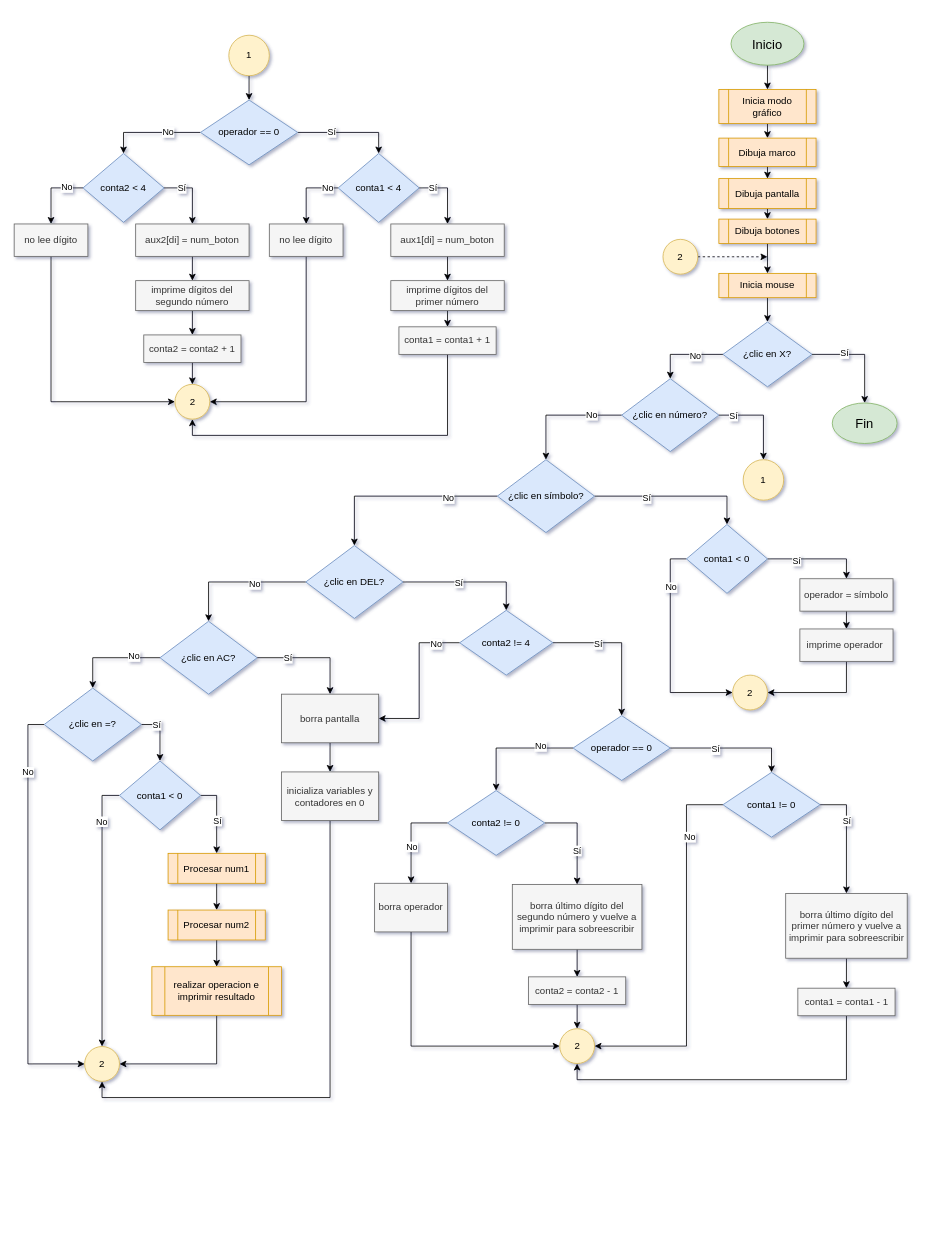
Earlier version of the draw.io diagram P02/Documento/img/p02.drawio (MtzAlfonso/eypc). Source tidied: cells renumbered, new cells numbered last; positions are measured from the earlier drawing's top-left corner, leaving out a move shared by most shapes. Both pictures are drawn from the tidied source at 81%, with x=0, y=0 at pixel (14, 22).
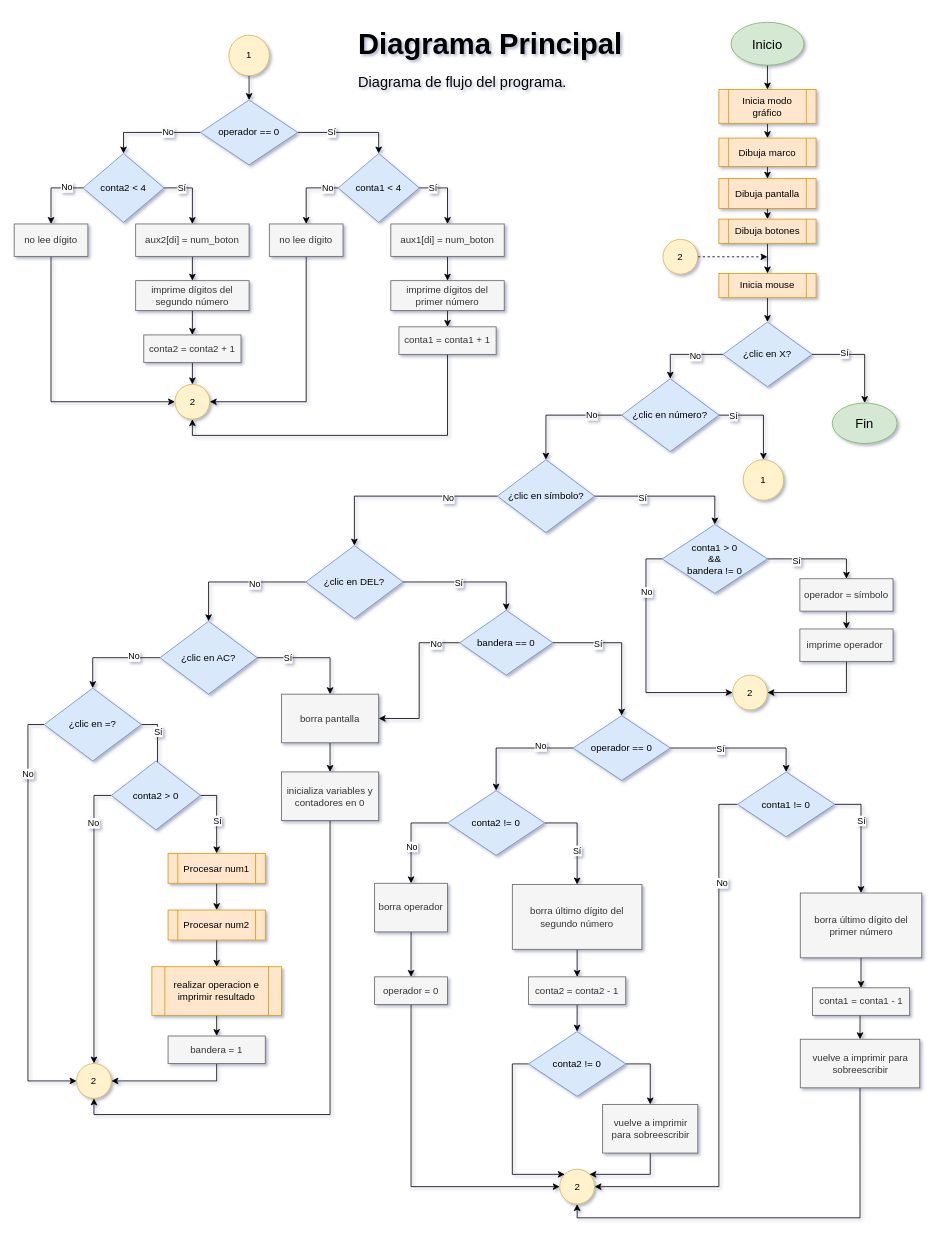
The same page after the edit.

The change refers to these unchanged cells:
```xml
<mxCell id="99" value="borra operador" style="rounded=0;whiteSpace=wrap;html=1;fillColor=#f5f5f5;strokeColor=#666666;fontColor=#333333;" parent="1" vertex="1">
  <mxGeometry x="445" y="1063" width="90" height="60" as="geometry" />
</mxCell>
<mxCell id="113" value="conta2 = conta2 - 1" style="rounded=0;whiteSpace=wrap;html=1;fillColor=#f5f5f5;strokeColor=#666666;fontColor=#333333;" parent="1" vertex="1">
  <mxGeometry x="635" y="1178.5" width="120" height="34" as="geometry" />
</mxCell>
<mxCell id="133" value="realizar operacion e imprimir resultado" style="shape=process;whiteSpace=wrap;html=1;backgroundOutline=1;labelBackgroundColor=none;fillColor=#ffe6cc;strokeColor=#d79b00;" parent="1" vertex="1">
  <mxGeometry x="170" y="1166" width="160" height="60" as="geometry" />
</mxCell>
```

Diff of the diagram source:
```diff
@@
-    <mxCell id="77" value="conta1 &amp;lt; 0" style="rhombus;whiteSpace=wrap;html=1;fillColor=#dae8fc;strokeColor=#6c8ebf;" parent="1" vertex="1">
-      <mxGeometry x="830" y="620" width="100" height="85" as="geometry" />
+    <mxCell id="77" value="conta1 &amp;gt; 0&lt;br&gt;&amp;amp;&amp;amp;&lt;br&gt;bandera != 0" style="rhombus;whiteSpace=wrap;html=1;fillColor=#dae8fc;strokeColor=#6c8ebf;" parent="1" vertex="1">
+      <mxGeometry x="800" y="620" width="130" height="85" as="geometry" />
     </mxCell>
@@
     <mxCell id="85" style="edgeStyle=orthogonalEdgeStyle;rounded=0;jettySize=auto;html=1;exitX=0;exitY=0.5;exitDx=0;exitDy=0;entryX=1;entryY=0.5;entryDx=0;entryDy=0;" parent="1" edge="1" source="87" target="97">
       <mxGeometry relative="1" as="geometry">
         <Array as="points">
-          <mxPoint x="830" y="965.5" />
-          <mxPoint x="830" y="1263.5" />
+          <mxPoint x="870" y="966" />
+          <mxPoint x="870" y="1438" />
         </Array>
       </mxGeometry>
     </mxCell>
@@
     <mxCell id="87" value="conta1 != 0" style="rhombus;whiteSpace=wrap;html=1;fillColor=#dae8fc;strokeColor=#6c8ebf;" parent="1" vertex="1">
-      <mxGeometry x="875" y="926" width="120" height="80" as="geometry" />
+      <mxGeometry x="893" y="925.5" width="120" height="80" as="geometry" />
     </mxCell>
@@
-    <mxCell id="94" value="borra último dígito del primer número y vuelve a imprimir para sobreescribir" style="rounded=0;whiteSpace=wrap;html=1;fillColor=#f5f5f5;strokeColor=#666666;fontColor=#333333;" parent="1" vertex="1">
-      <mxGeometry x="952.5" y="1075.5" width="150" height="80" as="geometry" />
+    <mxCell id="94" value="borra último dígito del primer número" style="rounded=0;whiteSpace=wrap;html=1;fillColor=#f5f5f5;strokeColor=#666666;fontColor=#333333;" parent="1" vertex="1">
+      <mxGeometry x="970.5" y="1075" width="150" height="80" as="geometry" />
     </mxCell>
@@
-    <mxCell id="96" value="borra último dígito del segundo número y vuelve a imprimir para sobreescribir" style="rounded=0;whiteSpace=wrap;html=1;fillColor=#f5f5f5;strokeColor=#666666;fontColor=#333333;" parent="1" vertex="1">
+    <mxCell id="96" value="borra último dígito del segundo número" style="rounded=0;whiteSpace=wrap;html=1;fillColor=#f5f5f5;strokeColor=#666666;fontColor=#333333;" parent="1" vertex="1">
       <mxGeometry x="615" y="1064.5" width="160" height="80" as="geometry" />
     </mxCell>
     <mxCell id="97" value="2" style="ellipse;whiteSpace=wrap;html=1;fillColor=#fff2cc;strokeColor=#d6b656;" parent="1" vertex="1">
-      <mxGeometry x="673.5" y="1242.5" width="43" height="43" as="geometry" />
+      <mxGeometry x="673.5" y="1416" width="43" height="43" as="geometry" />
     </mxCell>
-    <mxCell id="98" style="edgeStyle=orthogonalEdgeStyle;rounded=0;jettySize=auto;html=1;exitX=0.5;exitY=1;exitDx=0;exitDy=0;entryX=0;entryY=0.5;entryDx=0;entryDy=0;" parent="1" edge="1" source="99" target="97">
-      <mxGeometry relative="1" as="geometry" />
-    </mxCell>
+    <mxCell id="139" style="edgeStyle=orthogonalEdgeStyle;rounded=0;jettySize=auto;html=1;exitX=0.5;exitY=1;exitDx=0;exitDy=0;entryX=0.5;entryY=0;entryDx=0;entryDy=0;startArrow=none;startFill=0;endArrow=classic;endFill=1;" parent="1" edge="1" source="99" target="147">
+      <mxGeometry relative="1" as="geometry" />
+    </mxCell>
@@
     <mxCell id="109" value="2" style="ellipse;whiteSpace=wrap;html=1;fillColor=#fff2cc;strokeColor=#d6b656;" parent="1" vertex="1">
-      <mxGeometry x="87" y="1264.5" width="43" height="43" as="geometry" />
+      <mxGeometry x="77" y="1285.5" width="43" height="43" as="geometry" />
     </mxCell>
-    <mxCell id="110" style="edgeStyle=orthogonalEdgeStyle;rounded=0;jettySize=auto;html=1;exitX=0.5;exitY=1;exitDx=0;exitDy=0;entryX=0.5;entryY=1;entryDx=0;entryDy=0;" parent="1" edge="1" source="111" target="97">
-      <mxGeometry relative="1" as="geometry" />
-    </mxCell>
+    <mxCell id="140" style="edgeStyle=orthogonalEdgeStyle;rounded=0;jettySize=auto;html=1;exitX=0.5;exitY=1;exitDx=0;exitDy=0;entryX=0.5;entryY=0;entryDx=0;entryDy=0;startArrow=none;startFill=0;endArrow=classic;endFill=1;" parent="1" edge="1" source="111" target="152">
+      <mxGeometry relative="1" as="geometry" />
+    </mxCell>
     <mxCell id="111" value="conta1 = conta1 - 1" style="rounded=0;whiteSpace=wrap;html=1;fillColor=#f5f5f5;strokeColor=#666666;fontColor=#333333;" parent="1" vertex="1">
-      <mxGeometry x="967.5" y="1192.5" width="120" height="34" as="geometry" />
+      <mxGeometry x="985.5" y="1192" width="120" height="34" as="geometry" />
     </mxCell>
-    <mxCell id="112" style="edgeStyle=orthogonalEdgeStyle;rounded=0;jettySize=auto;html=1;exitX=0.5;exitY=1;exitDx=0;exitDy=0;entryX=0.5;entryY=0;entryDx=0;entryDy=0;" parent="1" edge="1" source="113" target="97">
-      <mxGeometry relative="1" as="geometry" />
-    </mxCell>
+    <mxCell id="141" style="edgeStyle=orthogonalEdgeStyle;rounded=0;jettySize=auto;html=1;exitX=0.5;exitY=1;exitDx=0;exitDy=0;entryX=0.5;entryY=0;entryDx=0;entryDy=0;startArrow=none;startFill=0;endArrow=classic;endFill=1;" parent="1" edge="1" source="113" target="150">
+      <mxGeometry relative="1" as="geometry" />
+    </mxCell>
@@
-    <mxCell id="127" value="conta1 &amp;lt; 0" style="rhombus;whiteSpace=wrap;html=1;fillColor=#dae8fc;strokeColor=#6c8ebf;" parent="1" vertex="1">
-      <mxGeometry x="130" y="912" width="100" height="85" as="geometry" />
+    <mxCell id="127" value="conta2 &amp;gt; 0" style="rhombus;whiteSpace=wrap;html=1;fillColor=#dae8fc;strokeColor=#6c8ebf;" parent="1" vertex="1">
+      <mxGeometry x="120" y="912" width="110" height="85" as="geometry" />
     </mxCell>
@@
-    <mxCell id="132" style="edgeStyle=orthogonalEdgeStyle;rounded=0;jettySize=auto;html=1;exitX=0.5;exitY=1;exitDx=0;exitDy=0;entryX=1;entryY=0.5;entryDx=0;entryDy=0;" parent="1" edge="1" source="133" target="109">
-      <mxGeometry relative="1" as="geometry" />
-    </mxCell>
+    <mxCell id="142" style="edgeStyle=orthogonalEdgeStyle;rounded=0;jettySize=auto;html=1;exitX=0.5;exitY=1;exitDx=0;exitDy=0;entryX=0.5;entryY=0;entryDx=0;entryDy=0;startArrow=none;startFill=0;endArrow=classic;endFill=1;" parent="1" edge="1" source="133" target="145">
+      <mxGeometry relative="1" as="geometry" />
+    </mxCell>
@@
-    <mxCell id="138" value="conta2 != 4" style="rhombus;whiteSpace=wrap;html=1;labelBackgroundColor=none;fillColor=#dae8fc;strokeColor=#6c8ebf;" parent="1" vertex="1">
+    <mxCell id="138" value="bandera == 0" style="rhombus;whiteSpace=wrap;html=1;labelBackgroundColor=none;fillColor=#dae8fc;strokeColor=#6c8ebf;" parent="1" vertex="1">
       <mxGeometry x="550" y="726" width="115" height="80" as="geometry" />
     </mxCell>
+    <mxCell id="143" value="&lt;h1&gt;&lt;font style=&quot;font-size: 36px&quot;&gt;Diagrama Principal&lt;/font&gt;&lt;/h1&gt;&lt;div&gt;&lt;font style=&quot;font-size: 18px&quot;&gt;Diagrama de flujo del programa.&lt;/font&gt;&lt;/div&gt;" style="text;html=1;strokeColor=none;fillColor=none;spacing=5;spacingTop=-20;whiteSpace=wrap;overflow=hidden;rounded=0;shadow=0;" parent="1" vertex="1">
+      <mxGeometry x="420" width="350" height="100" as="geometry" />
+    </mxCell>
+    <mxCell id="144" style="edgeStyle=orthogonalEdgeStyle;rounded=0;jettySize=auto;html=1;exitX=0.5;exitY=1;exitDx=0;exitDy=0;entryX=1;entryY=0.5;entryDx=0;entryDy=0;startArrow=none;startFill=0;endArrow=classic;endFill=1;" parent="1" edge="1" source="145" target="109">
+      <mxGeometry relative="1" as="geometry" />
+    </mxCell>
+    <mxCell id="145" value="bandera = 1" style="rounded=0;whiteSpace=wrap;html=1;fillColor=#f5f5f5;strokeColor=#666666;fontColor=#333333;" parent="1" vertex="1">
+      <mxGeometry x="190" y="1251.5" width="120" height="34" as="geometry" />
+    </mxCell>
+    <mxCell id="146" style="edgeStyle=orthogonalEdgeStyle;rounded=0;jettySize=auto;html=1;exitX=0.5;exitY=1;exitDx=0;exitDy=0;entryX=0;entryY=0.5;entryDx=0;entryDy=0;startArrow=none;startFill=0;endArrow=classic;endFill=1;" parent="1" edge="1" source="147" target="97">
+      <mxGeometry relative="1" as="geometry" />
+    </mxCell>
+    <mxCell id="147" value="operador = 0" style="rounded=0;whiteSpace=wrap;html=1;fillColor=#f5f5f5;strokeColor=#666666;fontColor=#333333;" parent="1" vertex="1">
+      <mxGeometry x="445" y="1178.5" width="90" height="34" as="geometry" />
+    </mxCell>
+    <mxCell id="148" style="edgeStyle=orthogonalEdgeStyle;rounded=0;jettySize=auto;html=1;exitX=1;exitY=0.5;exitDx=0;exitDy=0;entryX=0.5;entryY=0;entryDx=0;entryDy=0;startArrow=none;startFill=0;endArrow=classic;endFill=1;" parent="1" edge="1" source="150" target="154">
+      <mxGeometry relative="1" as="geometry" />
+    </mxCell>
+    <mxCell id="149" style="edgeStyle=orthogonalEdgeStyle;rounded=0;jettySize=auto;html=1;exitX=0;exitY=0.5;exitDx=0;exitDy=0;entryX=0;entryY=0;entryDx=0;entryDy=0;startArrow=none;startFill=0;endArrow=classic;endFill=1;" parent="1" edge="1" source="150" target="97">
+      <mxGeometry relative="1" as="geometry">
+        <Array as="points">
+          <mxPoint x="615" y="1286" />
+          <mxPoint x="615" y="1422" />
+        </Array>
+      </mxGeometry>
+    </mxCell>
+    <mxCell id="150" value="conta2 != 0" style="rhombus;whiteSpace=wrap;html=1;fillColor=#dae8fc;strokeColor=#6c8ebf;" parent="1" vertex="1">
+      <mxGeometry x="635" y="1246" width="120" height="80" as="geometry" />
+    </mxCell>
+    <mxCell id="151" style="edgeStyle=orthogonalEdgeStyle;rounded=0;jettySize=auto;html=1;exitX=0.5;exitY=1;exitDx=0;exitDy=0;entryX=0.5;entryY=1;entryDx=0;entryDy=0;startArrow=none;startFill=0;endArrow=classic;endFill=1;" parent="1" edge="1" source="152" target="97">
+      <mxGeometry relative="1" as="geometry">
+        <Array as="points">
+          <mxPoint x="1044" y="1476" />
+          <mxPoint x="695" y="1476" />
+        </Array>
+      </mxGeometry>
+    </mxCell>
+    <mxCell id="152" value="&lt;span&gt;vuelve a imprimir para sobreescribir&lt;/span&gt;" style="rounded=0;whiteSpace=wrap;html=1;shadow=0;labelBackgroundColor=none;fillColor=#f5f5f5;strokeColor=#666666;fontColor=#333333;" parent="1" vertex="1">
+      <mxGeometry x="970.5" y="1255.5" width="147.5" height="60" as="geometry" />
+    </mxCell>
+    <mxCell id="153" style="edgeStyle=orthogonalEdgeStyle;rounded=0;jettySize=auto;html=1;exitX=0.5;exitY=1;exitDx=0;exitDy=0;entryX=1;entryY=0;entryDx=0;entryDy=0;startArrow=none;startFill=0;endArrow=classic;endFill=1;" parent="1" edge="1" source="154" target="97">
+      <mxGeometry relative="1" as="geometry">
+        <Array as="points">
+          <mxPoint x="785" y="1422" />
+        </Array>
+      </mxGeometry>
+    </mxCell>
+    <mxCell id="154" value="&lt;span&gt;vuelve a imprimir para sobreescribir&lt;/span&gt;" style="rounded=0;whiteSpace=wrap;html=1;shadow=0;labelBackgroundColor=none;fillColor=#f5f5f5;strokeColor=#666666;fontColor=#333333;" parent="1" vertex="1">
+      <mxGeometry x="726.5" y="1336" width="117.5" height="60" as="geometry" />
+    </mxCell>
```
